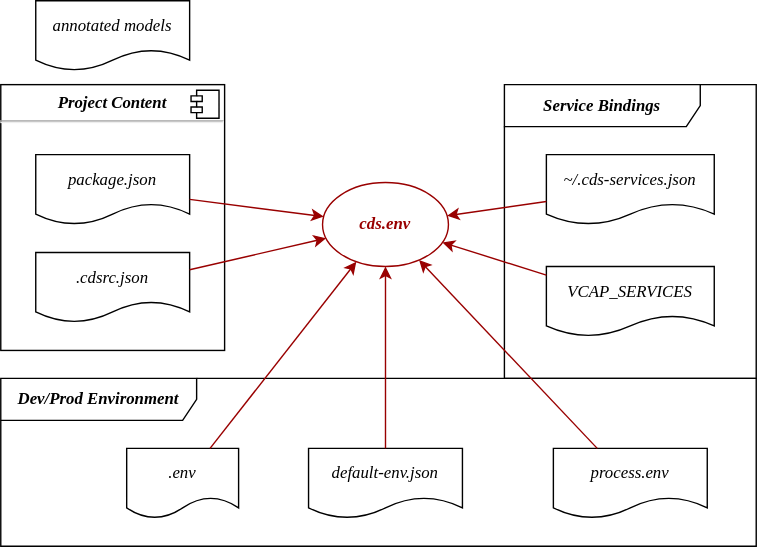
Earlier version of the draw.io export node.js/assets/cds.env.drawio.svg (cap-js/docs). Source tidied: cells renumbered, new cells last; positions are measured from the earlier drawing's top-left corner, leaving out a move shared by most shapes.
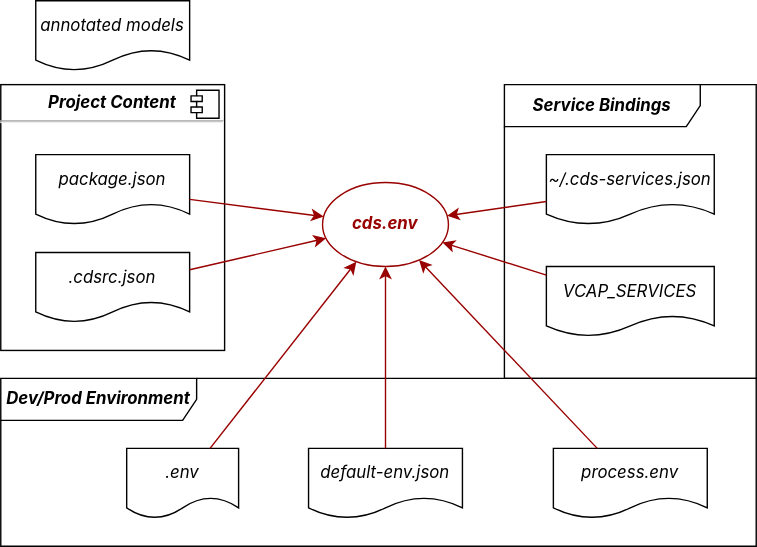
Later version of the same file.

Diff of the diagram source:
```diff
@@ -2,66 +2,66 @@
   <root>
     <mxCell id="0" />
     <mxCell id="1" parent="0" />
-    <mxCell id="2" value="Dev/Prod Environment" style="shape=umlFrame;whiteSpace=wrap;html=1;fontFamily=Times New Roman;width=140;height=30;fontStyle=3;" parent="1" vertex="1">
+    <mxCell id="2" value="Dev/Prod Environment" style="shape=umlFrame;whiteSpace=wrap;html=1;fontFamily=&quot;Avenir Next&quot;, &quot;Inter var&quot;, &quot;Inter&quot;, ui-sans-serif,     system-ui, -apple-system, BlinkMacSystemFont, &quot;Segoe UI&quot;, Roboto,     &quot;Helvetica Neue&quot;, Helvetica, Arial, &quot;Noto Sans&quot;, sans-serif,     &quot;Apple Color Emoji&quot;, &quot;Segoe UI Emoji&quot;, &quot;Segoe UI Symbol&quot;, &quot;Noto Color Emoji&quot;;width=140;height=30;fontStyle=3;" parent="1" vertex="1">
       <mxGeometry y="270" width="540" height="120" as="geometry" />
     </mxCell>
-    <mxCell id="3" value="cds.env" style="ellipse;whiteSpace=wrap;html=1;fontFamily=Times New Roman;fontStyle=3;fontColor=#990000;strokeColor=#990000;" parent="1" vertex="1">
+    <mxCell id="3" value="cds.env" style="ellipse;whiteSpace=wrap;html=1;fontFamily=&quot;Avenir Next&quot;, &quot;Inter var&quot;, &quot;Inter&quot;, ui-sans-serif,     system-ui, -apple-system, BlinkMacSystemFont, &quot;Segoe UI&quot;, Roboto,     &quot;Helvetica Neue&quot;, Helvetica, Arial, &quot;Noto Sans&quot;, sans-serif,     &quot;Apple Color Emoji&quot;, &quot;Segoe UI Emoji&quot;, &quot;Segoe UI Symbol&quot;, &quot;Noto Color Emoji&quot;;fontStyle=3;fontColor=#990000;strokeColor=#990000;" parent="1" vertex="1">
       <mxGeometry x="230" y="130" width="90" height="60" as="geometry" />
     </mxCell>
-    <mxCell id="4" value=".env" style="shape=document;whiteSpace=wrap;html=1;boundedLbl=1;fontFamily=Times New Roman;fontStyle=2;" parent="1" vertex="1">
+    <mxCell id="4" value=".env" style="shape=document;whiteSpace=wrap;html=1;boundedLbl=1;fontFamily=&quot;Avenir Next&quot;, &quot;Inter var&quot;, &quot;Inter&quot;, ui-sans-serif,     system-ui, -apple-system, BlinkMacSystemFont, &quot;Segoe UI&quot;, Roboto,     &quot;Helvetica Neue&quot;, Helvetica, Arial, &quot;Noto Sans&quot;, sans-serif,     &quot;Apple Color Emoji&quot;, &quot;Segoe UI Emoji&quot;, &quot;Segoe UI Symbol&quot;, &quot;Noto Color Emoji&quot;;fontStyle=2;" parent="1" vertex="1">
       <mxGeometry x="90" y="320" width="80" height="50" as="geometry" />
     </mxCell>
-    <mxCell id="5" value="&lt;p style=&quot;margin: 0px ; margin-top: 6px ; text-align: center&quot;&gt;&lt;b&gt;Project Content&amp;nbsp; &amp;nbsp; &amp;nbsp;&amp;nbsp;&lt;/b&gt;&lt;/p&gt;&lt;hr&gt;&lt;p style=&quot;margin: 0px ; margin-left: 8px&quot;&gt;&lt;br&gt;&lt;/p&gt;" style="align=left;overflow=fill;html=1;fontFamily=Times New Roman;fontStyle=2;" parent="1" vertex="1">
+    <mxCell id="5" value="&lt;p style=&quot;margin: 0px ; margin-top: 6px ; text-align: center&quot;&gt;&lt;b&gt;Project Content&amp;nbsp; &amp;nbsp; &amp;nbsp;&amp;nbsp;&lt;/b&gt;&lt;/p&gt;&lt;hr&gt;&lt;p style=&quot;margin: 0px ; margin-left: 8px&quot;&gt;&lt;br&gt;&lt;/p&gt;" style="align=left;overflow=fill;html=1;fontFamily=&quot;Avenir Next&quot;, &quot;Inter var&quot;, &quot;Inter&quot;, ui-sans-serif,     system-ui, -apple-system, BlinkMacSystemFont, &quot;Segoe UI&quot;, Roboto,     &quot;Helvetica Neue&quot;, Helvetica, Arial, &quot;Noto Sans&quot;, sans-serif,     &quot;Apple Color Emoji&quot;, &quot;Segoe UI Emoji&quot;, &quot;Segoe UI Symbol&quot;, &quot;Noto Color Emoji&quot;;fontStyle=2;" parent="1" vertex="1">
       <mxGeometry y="60" width="160" height="190" as="geometry" />
     </mxCell>
-    <mxCell id="6" style="shape=component;jettyWidth=8;jettyHeight=4;" parent="5" vertex="1">
+    <mxCell id="6" style="shape=component;jettyWidth=8;jettyHeight=4;fontFamily=&quot;Avenir Next&quot;, &quot;Inter var&quot;, &quot;Inter&quot;, ui-sans-serif,     system-ui, -apple-system, BlinkMacSystemFont, &quot;Segoe UI&quot;, Roboto,     &quot;Helvetica Neue&quot;, Helvetica, Arial, &quot;Noto Sans&quot;, sans-serif,     &quot;Apple Color Emoji&quot;, &quot;Segoe UI Emoji&quot;, &quot;Segoe UI Symbol&quot;, &quot;Noto Color Emoji&quot;;" parent="5" vertex="1">
       <mxGeometry x="1" width="20" height="20" relative="1" as="geometry">
         <mxPoint x="-24" y="4" as="offset" />
       </mxGeometry>
     </mxCell>
-    <mxCell id="7" value="Service Bindings" style="shape=umlFrame;whiteSpace=wrap;html=1;fontFamily=Times New Roman;width=140;height=30;fontStyle=3;" parent="1" vertex="1">
+    <mxCell id="7" value="Service Bindings" style="shape=umlFrame;whiteSpace=wrap;html=1;fontFamily=&quot;Avenir Next&quot;, &quot;Inter var&quot;, &quot;Inter&quot;, ui-sans-serif,     system-ui, -apple-system, BlinkMacSystemFont, &quot;Segoe UI&quot;, Roboto,     &quot;Helvetica Neue&quot;, Helvetica, Arial, &quot;Noto Sans&quot;, sans-serif,     &quot;Apple Color Emoji&quot;, &quot;Segoe UI Emoji&quot;, &quot;Segoe UI Symbol&quot;, &quot;Noto Color Emoji&quot;;width=140;height=30;fontStyle=3;" parent="1" vertex="1">
       <mxGeometry x="360" y="60" width="180" height="210" as="geometry" />
     </mxCell>
-    <mxCell id="8" value="default-env.json" style="shape=document;whiteSpace=wrap;html=1;boundedLbl=1;fontFamily=Times New Roman;fontStyle=2;" parent="1" vertex="1">
+    <mxCell id="8" value="default-env.json" style="shape=document;whiteSpace=wrap;html=1;boundedLbl=1;fontFamily=&quot;Avenir Next&quot;, &quot;Inter var&quot;, &quot;Inter&quot;, ui-sans-serif,     system-ui, -apple-system, BlinkMacSystemFont, &quot;Segoe UI&quot;, Roboto,     &quot;Helvetica Neue&quot;, Helvetica, Arial, &quot;Noto Sans&quot;, sans-serif,     &quot;Apple Color Emoji&quot;, &quot;Segoe UI Emoji&quot;, &quot;Segoe UI Symbol&quot;, &quot;Noto Color Emoji&quot;;fontStyle=2;" parent="1" vertex="1">
       <mxGeometry x="220" y="320" width="110" height="50" as="geometry" />
     </mxCell>
-    <mxCell id="9" value="process.env" style="shape=document;whiteSpace=wrap;html=1;boundedLbl=1;fontFamily=Times New Roman;fontStyle=2;" parent="1" vertex="1">
+    <mxCell id="9" value="process.env" style="shape=document;whiteSpace=wrap;html=1;boundedLbl=1;fontFamily=&quot;Avenir Next&quot;, &quot;Inter var&quot;, &quot;Inter&quot;, ui-sans-serif,     system-ui, -apple-system, BlinkMacSystemFont, &quot;Segoe UI&quot;, Roboto,     &quot;Helvetica Neue&quot;, Helvetica, Arial, &quot;Noto Sans&quot;, sans-serif,     &quot;Apple Color Emoji&quot;, &quot;Segoe UI Emoji&quot;, &quot;Segoe UI Symbol&quot;, &quot;Noto Color Emoji&quot;;fontStyle=2;" parent="1" vertex="1">
       <mxGeometry x="395" y="320" width="110" height="50" as="geometry" />
     </mxCell>
-    <mxCell id="10" value="VCAP_SERVICES" style="shape=document;whiteSpace=wrap;html=1;boundedLbl=1;fontFamily=Times New Roman;fontStyle=2;" parent="1" vertex="1">
+    <mxCell id="10" value="VCAP_SERVICES" style="shape=document;whiteSpace=wrap;html=1;boundedLbl=1;fontFamily=&quot;Avenir Next&quot;, &quot;Inter var&quot;, &quot;Inter&quot;, ui-sans-serif,     system-ui, -apple-system, BlinkMacSystemFont, &quot;Segoe UI&quot;, Roboto,     &quot;Helvetica Neue&quot;, Helvetica, Arial, &quot;Noto Sans&quot;, sans-serif,     &quot;Apple Color Emoji&quot;, &quot;Segoe UI Emoji&quot;, &quot;Segoe UI Symbol&quot;, &quot;Noto Color Emoji&quot;;fontStyle=2;" parent="1" vertex="1">
       <mxGeometry x="390" y="190" width="120" height="50" as="geometry" />
     </mxCell>
-    <mxCell id="11" value="~/.cds-services.json" style="shape=document;whiteSpace=wrap;html=1;boundedLbl=1;fontFamily=Times New Roman;fontStyle=2;" parent="1" vertex="1">
+    <mxCell id="11" value="~/.cds-services.json" style="shape=document;whiteSpace=wrap;html=1;boundedLbl=1;fontFamily=&quot;Avenir Next&quot;, &quot;Inter var&quot;, &quot;Inter&quot;, ui-sans-serif,     system-ui, -apple-system, BlinkMacSystemFont, &quot;Segoe UI&quot;, Roboto,     &quot;Helvetica Neue&quot;, Helvetica, Arial, &quot;Noto Sans&quot;, sans-serif,     &quot;Apple Color Emoji&quot;, &quot;Segoe UI Emoji&quot;, &quot;Segoe UI Symbol&quot;, &quot;Noto Color Emoji&quot;;fontStyle=2;" parent="1" vertex="1">
       <mxGeometry x="390" y="110" width="120" height="50" as="geometry" />
     </mxCell>
-    <mxCell id="12" value="package.json" style="shape=document;whiteSpace=wrap;html=1;boundedLbl=1;fontFamily=Times New Roman;fontStyle=2;" parent="1" vertex="1">
+    <mxCell id="12" value="package.json" style="shape=document;whiteSpace=wrap;html=1;boundedLbl=1;fontFamily=&quot;Avenir Next&quot;, &quot;Inter var&quot;, &quot;Inter&quot;, ui-sans-serif,     system-ui, -apple-system, BlinkMacSystemFont, &quot;Segoe UI&quot;, Roboto,     &quot;Helvetica Neue&quot;, Helvetica, Arial, &quot;Noto Sans&quot;, sans-serif,     &quot;Apple Color Emoji&quot;, &quot;Segoe UI Emoji&quot;, &quot;Segoe UI Symbol&quot;, &quot;Noto Color Emoji&quot;;fontStyle=2;" parent="1" vertex="1">
       <mxGeometry x="25" y="110" width="110" height="50" as="geometry" />
     </mxCell>
-    <mxCell id="13" value=".cdsrc.json" style="shape=document;whiteSpace=wrap;html=1;boundedLbl=1;fontFamily=Times New Roman;fontStyle=2;" parent="1" vertex="1">
+    <mxCell id="13" value=".cdsrc.json" style="shape=document;whiteSpace=wrap;html=1;boundedLbl=1;fontFamily=&quot;Avenir Next&quot;, &quot;Inter var&quot;, &quot;Inter&quot;, ui-sans-serif,     system-ui, -apple-system, BlinkMacSystemFont, &quot;Segoe UI&quot;, Roboto,     &quot;Helvetica Neue&quot;, Helvetica, Arial, &quot;Noto Sans&quot;, sans-serif,     &quot;Apple Color Emoji&quot;, &quot;Segoe UI Emoji&quot;, &quot;Segoe UI Symbol&quot;, &quot;Noto Color Emoji&quot;;fontStyle=2;" parent="1" vertex="1">
       <mxGeometry x="25" y="180" width="110" height="50" as="geometry" />
     </mxCell>
-    <mxCell id="14" style="endArrow=classic;html=1;fontFamily=Times New Roman;strokeColor=#990000;" parent="1" edge="1" source="12" target="3">
+    <mxCell id="14" style="endArrow=classic;html=1;fontFamily=&quot;Avenir Next&quot;, &quot;Inter var&quot;, &quot;Inter&quot;, ui-sans-serif,     system-ui, -apple-system, BlinkMacSystemFont, &quot;Segoe UI&quot;, Roboto,     &quot;Helvetica Neue&quot;, Helvetica, Arial, &quot;Noto Sans&quot;, sans-serif,     &quot;Apple Color Emoji&quot;, &quot;Segoe UI Emoji&quot;, &quot;Segoe UI Symbol&quot;, &quot;Noto Color Emoji&quot;;strokeColor=#990000;" parent="1" edge="1" source="12" target="3">
       <mxGeometry relative="1" as="geometry" />
     </mxCell>
-    <mxCell id="15" style="endArrow=classic;html=1;fontFamily=Times New Roman;strokeColor=#990000;" parent="1" edge="1" source="13" target="3">
+    <mxCell id="15" style="endArrow=classic;html=1;fontFamily=&quot;Avenir Next&quot;, &quot;Inter var&quot;, &quot;Inter&quot;, ui-sans-serif,     system-ui, -apple-system, BlinkMacSystemFont, &quot;Segoe UI&quot;, Roboto,     &quot;Helvetica Neue&quot;, Helvetica, Arial, &quot;Noto Sans&quot;, sans-serif,     &quot;Apple Color Emoji&quot;, &quot;Segoe UI Emoji&quot;, &quot;Segoe UI Symbol&quot;, &quot;Noto Color Emoji&quot;;strokeColor=#990000;" parent="1" edge="1" source="13" target="3">
       <mxGeometry relative="1" as="geometry" />
     </mxCell>
-    <mxCell id="16" style="endArrow=classic;html=1;fontFamily=Times New Roman;strokeColor=#990000;" parent="1" edge="1" source="4" target="3">
+    <mxCell id="16" style="endArrow=classic;html=1;fontFamily=&quot;Avenir Next&quot;, &quot;Inter var&quot;, &quot;Inter&quot;, ui-sans-serif,     system-ui, -apple-system, BlinkMacSystemFont, &quot;Segoe UI&quot;, Roboto,     &quot;Helvetica Neue&quot;, Helvetica, Arial, &quot;Noto Sans&quot;, sans-serif,     &quot;Apple Color Emoji&quot;, &quot;Segoe UI Emoji&quot;, &quot;Segoe UI Symbol&quot;, &quot;Noto Color Emoji&quot;;strokeColor=#990000;" parent="1" edge="1" source="4" target="3">
       <mxGeometry relative="1" as="geometry" />
     </mxCell>
-    <mxCell id="17" style="endArrow=classic;html=1;fontFamily=Times New Roman;strokeColor=#990000;" parent="1" edge="1" source="8" target="3">
+    <mxCell id="17" style="endArrow=classic;html=1;fontFamily=&quot;Avenir Next&quot;, &quot;Inter var&quot;, &quot;Inter&quot;, ui-sans-serif,     system-ui, -apple-system, BlinkMacSystemFont, &quot;Segoe UI&quot;, Roboto,     &quot;Helvetica Neue&quot;, Helvetica, Arial, &quot;Noto Sans&quot;, sans-serif,     &quot;Apple Color Emoji&quot;, &quot;Segoe UI Emoji&quot;, &quot;Segoe UI Symbol&quot;, &quot;Noto Color Emoji&quot;;strokeColor=#990000;" parent="1" edge="1" source="8" target="3">
       <mxGeometry relative="1" as="geometry" />
     </mxCell>
-    <mxCell id="18" style="endArrow=classic;html=1;fontFamily=Times New Roman;strokeColor=#990000;" parent="1" edge="1" source="11" target="3">
+    <mxCell id="18" style="endArrow=classic;html=1;fontFamily=&quot;Avenir Next&quot;, &quot;Inter var&quot;, &quot;Inter&quot;, ui-sans-serif,     system-ui, -apple-system, BlinkMacSystemFont, &quot;Segoe UI&quot;, Roboto,     &quot;Helvetica Neue&quot;, Helvetica, Arial, &quot;Noto Sans&quot;, sans-serif,     &quot;Apple Color Emoji&quot;, &quot;Segoe UI Emoji&quot;, &quot;Segoe UI Symbol&quot;, &quot;Noto Color Emoji&quot;;strokeColor=#990000;" parent="1" edge="1" source="11" target="3">
       <mxGeometry relative="1" as="geometry" />
     </mxCell>
-    <mxCell id="19" style="endArrow=classic;html=1;fontFamily=Times New Roman;strokeColor=#990000;" parent="1" edge="1" source="10" target="3">
+    <mxCell id="19" style="endArrow=classic;html=1;fontFamily=&quot;Avenir Next&quot;, &quot;Inter var&quot;, &quot;Inter&quot;, ui-sans-serif,     system-ui, -apple-system, BlinkMacSystemFont, &quot;Segoe UI&quot;, Roboto,     &quot;Helvetica Neue&quot;, Helvetica, Arial, &quot;Noto Sans&quot;, sans-serif,     &quot;Apple Color Emoji&quot;, &quot;Segoe UI Emoji&quot;, &quot;Segoe UI Symbol&quot;, &quot;Noto Color Emoji&quot;;strokeColor=#990000;" parent="1" edge="1" source="10" target="3">
       <mxGeometry relative="1" as="geometry" />
     </mxCell>
-    <mxCell id="20" style="endArrow=classic;html=1;fontFamily=Times New Roman;strokeColor=#990000;" parent="1" edge="1" source="9" target="3">
+    <mxCell id="20" style="endArrow=classic;html=1;fontFamily=&quot;Avenir Next&quot;, &quot;Inter var&quot;, &quot;Inter&quot;, ui-sans-serif,     system-ui, -apple-system, BlinkMacSystemFont, &quot;Segoe UI&quot;, Roboto,     &quot;Helvetica Neue&quot;, Helvetica, Arial, &quot;Noto Sans&quot;, sans-serif,     &quot;Apple Color Emoji&quot;, &quot;Segoe UI Emoji&quot;, &quot;Segoe UI Symbol&quot;, &quot;Noto Color Emoji&quot;;strokeColor=#990000;" parent="1" edge="1" source="9" target="3">
       <mxGeometry relative="1" as="geometry" />
     </mxCell>
-    <mxCell id="21" value="annotated models" style="shape=document;whiteSpace=wrap;html=1;boundedLbl=1;fontFamily=Times New Roman;fontStyle=2;" parent="1" vertex="1">
+    <mxCell id="21" value="annotated models" style="shape=document;whiteSpace=wrap;html=1;boundedLbl=1;fontFamily=&quot;Avenir Next&quot;, &quot;Inter var&quot;, &quot;Inter&quot;, ui-sans-serif,     system-ui, -apple-system, BlinkMacSystemFont, &quot;Segoe UI&quot;, Roboto,     &quot;Helvetica Neue&quot;, Helvetica, Arial, &quot;Noto Sans&quot;, sans-serif,     &quot;Apple Color Emoji&quot;, &quot;Segoe UI Emoji&quot;, &quot;Segoe UI Symbol&quot;, &quot;Noto Color Emoji&quot;;fontStyle=2;" parent="1" vertex="1">
       <mxGeometry x="25" width="110" height="50" as="geometry" />
     </mxCell>
   </root>
```
